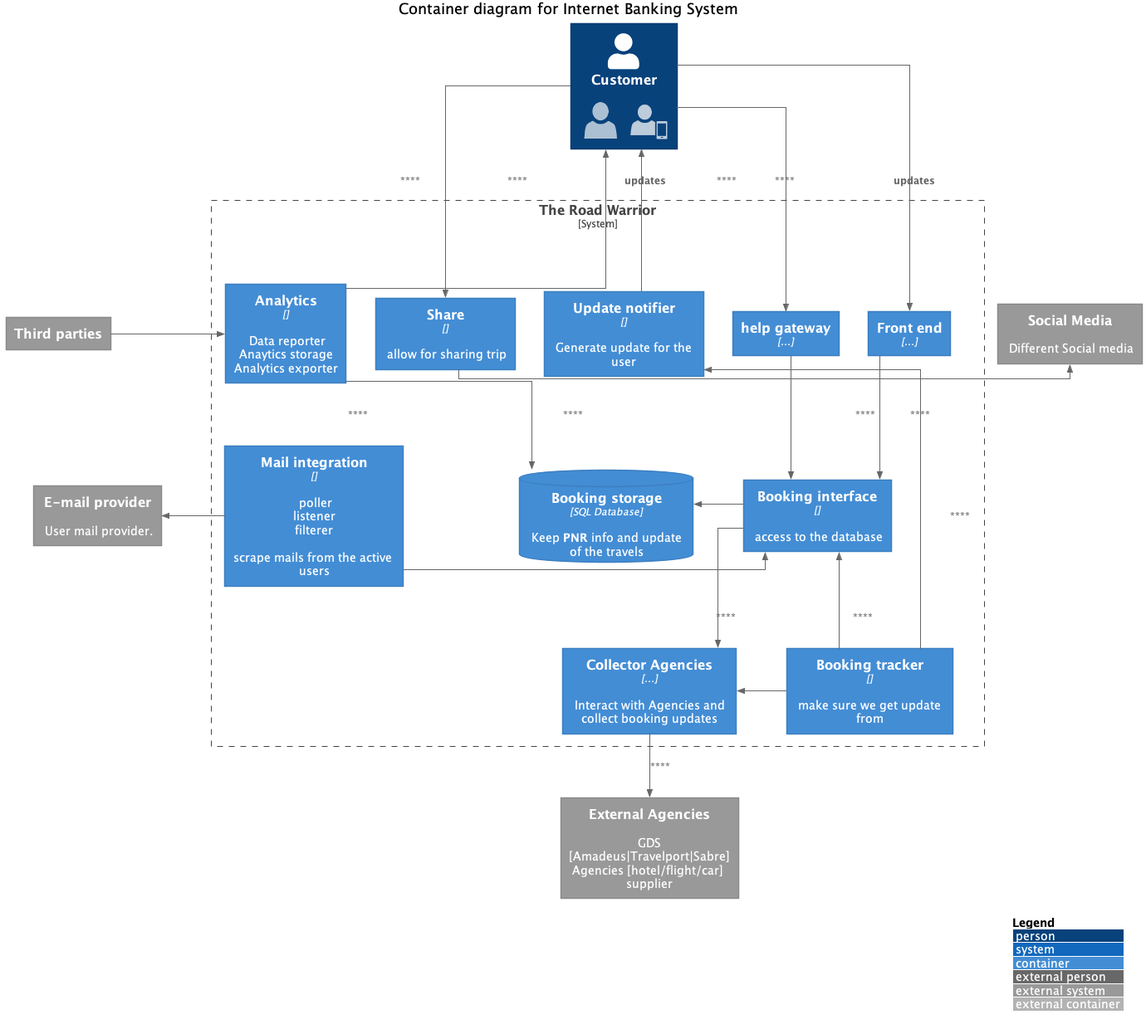
Earlier version of the PlantUML export doc/diagrams/c4-container.png (relic-da/ArchEnemies). The source it was exported from:
```plantuml
@startuml
!include <c4/C4_Container.puml>

!include <office/Users/user.puml>
!include <office/Users/mobile_user.puml>

LAYOUT_WITH_LEGEND()

skinparam linetype ortho

title Container diagram for Internet Banking System

Person(customer  , Customer , "<$user>   <$mobile_user>" )

System_Boundary(c1, "The Road Warrior") {
together {
Container(booking_interface, "Booking interface", "", "access to the database")
ContainerDb(booking_db, "Booking storage", "SQL Database", "Keep **PNR** info and update of the travels")
}

Container(booking_tracker, "Booking tracker", "", "make sure we get update from")
Container(analytics, "Analytics", "", "Data reporter\nAnaytics storage\nAnalytics exporter")
Container(mail_poller, "Mail integration", "", "poller\nlistener\nfilterer\n\nscrape mails from the active users")
Container(collector_agencies, "Collector Agencies", "...", "Interact with Agencies and collect booking updates")

together {
Container(notifier, "Update notifier", "", "Generate update for the user")
Container(help, "help gateway", "...", "")
Container(front_end, "Front end", "...", "")
Container(sharer, "Share", "", "allow for sharing trip")
}

}


System_Ext(email_provider, "E-mail provider", "User mail provider.")
System_Ext(third_parties, "Third parties")
System_Ext(social_media, "Social Media", "Different Social media")
System_Ext(ext_agencies, "External Agencies", "GDS [Amadeus|Travelport|Sabre]\nAgencies [hotel/flight/car] supplier")

notifier -[hidden]- mail_poller

mail_poller -[hidden]- collector_agencies

Rel_Back(customer, notifier, "updates")
Rel(customer, front_end, "updates")

Rel(front_end, booking_interface, "")

Rel_Back_Neighbor(email_provider, mail_poller, "")
Rel_Neighbor(mail_poller, booking_interface, "")

Rel(collector_agencies, ext_agencies,  "")
Rel(booking_interface, collector_agencies, "")
Rel_Back_Neighbor(collector_agencies, booking_tracker, "")
Rel_Back(booking_interface, booking_tracker, "")


Rel(analytics, booking_db, "")
Rel_Neighbor(booking_interface, booking_db, "")
booking_db -[hidden]-- mail_poller

third_parties -[hidden]-email_provider

Rel_Neighbor(third_parties, analytics, "monetizing data")
Rel_Back(customer, analytics, "")

Rel(customer, help, "")
Rel(help, booking_interface, "")
Rel_Back(notifier, booking_tracker, "")

Rel(customer, sharer, "")
Rel_Neighbor(sharer, social_media, "")







@enduml
```
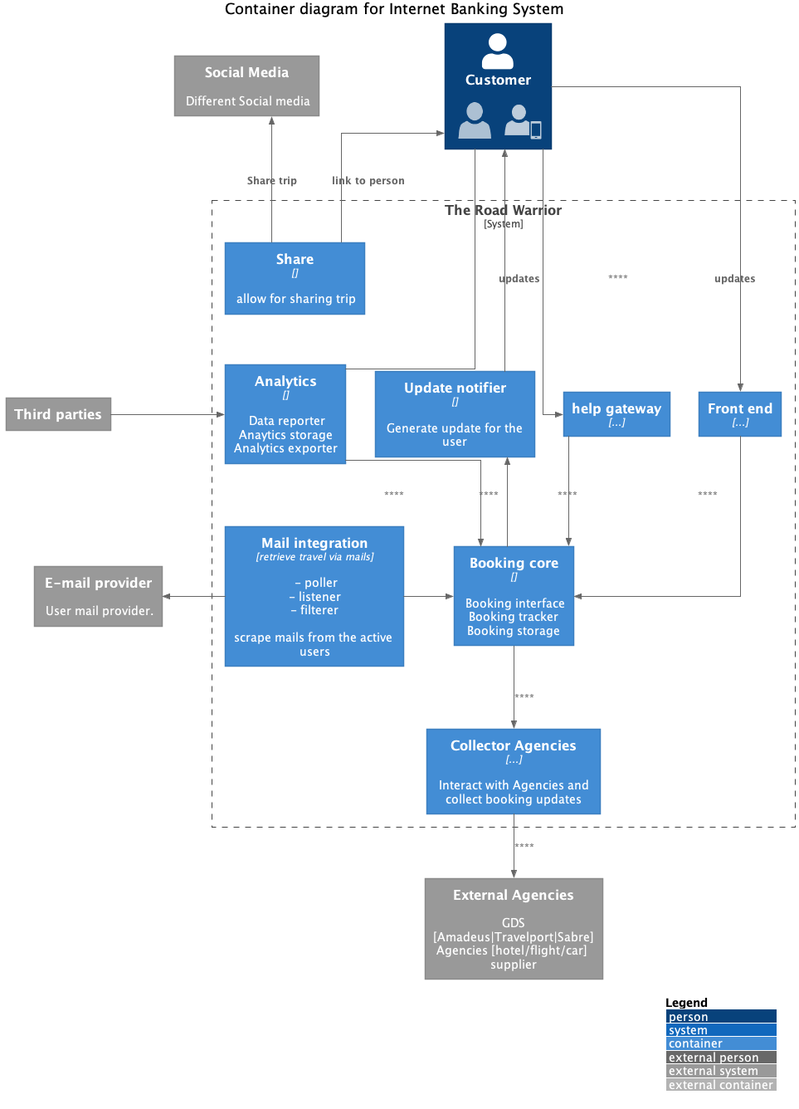
After the change.

Change to the diagram source:
```diff
@@ -1,6 +1,5 @@
 @startuml
 !include <c4/C4_Container.puml>
-
 !include <office/Users/user.puml>
 !include <office/Users/mobile_user.puml>
 
@@ -13,22 +12,17 @@
 Person(customer  , Customer , "<$user>   <$mobile_user>" )
 
 System_Boundary(c1, "The Road Warrior") {
-together {
-Container(booking_interface, "Booking interface", "", "access to the database")
-ContainerDb(booking_db, "Booking storage", "SQL Database", "Keep **PNR** info and update of the travels")
-}
 
-Container(booking_tracker, "Booking tracker", "", "make sure we get update from")
+Container(booking_core, "Booking core", "", "Booking interface\nBooking tracker\nBooking storage")
+
 Container(analytics, "Analytics", "", "Data reporter\nAnaytics storage\nAnalytics exporter")
-Container(mail_poller, "Mail integration", "", "poller\nlistener\nfilterer\n\nscrape mails from the active users")
+Container(mail_poller, "Mail integration", "retrieve travel via mails", "- poller\n- listener\n- filterer\n\nscrape mails from the active users")
 Container(collector_agencies, "Collector Agencies", "...", "Interact with Agencies and collect booking updates")
 
-together {
 Container(notifier, "Update notifier", "", "Generate update for the user")
 Container(help, "help gateway", "...", "")
 Container(front_end, "Front end", "...", "")
 Container(sharer, "Share", "", "allow for sharing trip")
-}
 
 }
 
@@ -38,39 +32,36 @@
 System_Ext(social_media, "Social Media", "Different Social media")
 System_Ext(ext_agencies, "External Agencies", "GDS [Amadeus|Travelport|Sabre]\nAgencies [hotel/flight/car] supplier")
 
-notifier -[hidden]- mail_poller
 
-mail_poller -[hidden]- collector_agencies
+sharer -[hidden]- analytics
+analytics -[hidden]- mail_poller
 
 Rel_Back(customer, notifier, "updates")
 Rel(customer, front_end, "updates")
 
-Rel(front_end, booking_interface, "")
+Rel(front_end, booking_core, "")
 
 Rel_Back_Neighbor(email_provider, mail_poller, "")
-Rel_Neighbor(mail_poller, booking_interface, "")
+Rel_Neighbor(mail_poller, booking_core, "")
 
 Rel(collector_agencies, ext_agencies,  "")
-Rel(booking_interface, collector_agencies, "")
-Rel_Back_Neighbor(collector_agencies, booking_tracker, "")
-Rel_Back(booking_interface, booking_tracker, "")
+Rel(booking_core, collector_agencies, "")
 
 
-Rel(analytics, booking_db, "")
-Rel_Neighbor(booking_interface, booking_db, "")
-booking_db -[hidden]-- mail_poller
+Rel(analytics, booking_core, "")
 
 third_parties -[hidden]-email_provider
 
+customer -- analytics
 Rel_Neighbor(third_parties, analytics, "monetizing data")
-Rel_Back(customer, analytics, "")
 
 Rel(customer, help, "")
-Rel(help, booking_interface, "")
-Rel_Back(notifier, booking_tracker, "")
+Rel(help, booking_core, "")
+Rel_Back(notifier, booking_core, "")
 
-Rel(customer, sharer, "")
-Rel_Neighbor(sharer, social_media, "")
+Rel_Back(customer, sharer, "link to person")
+
+Rel_Back(social_media, sharer, "Share trip")
 
 
 
```
